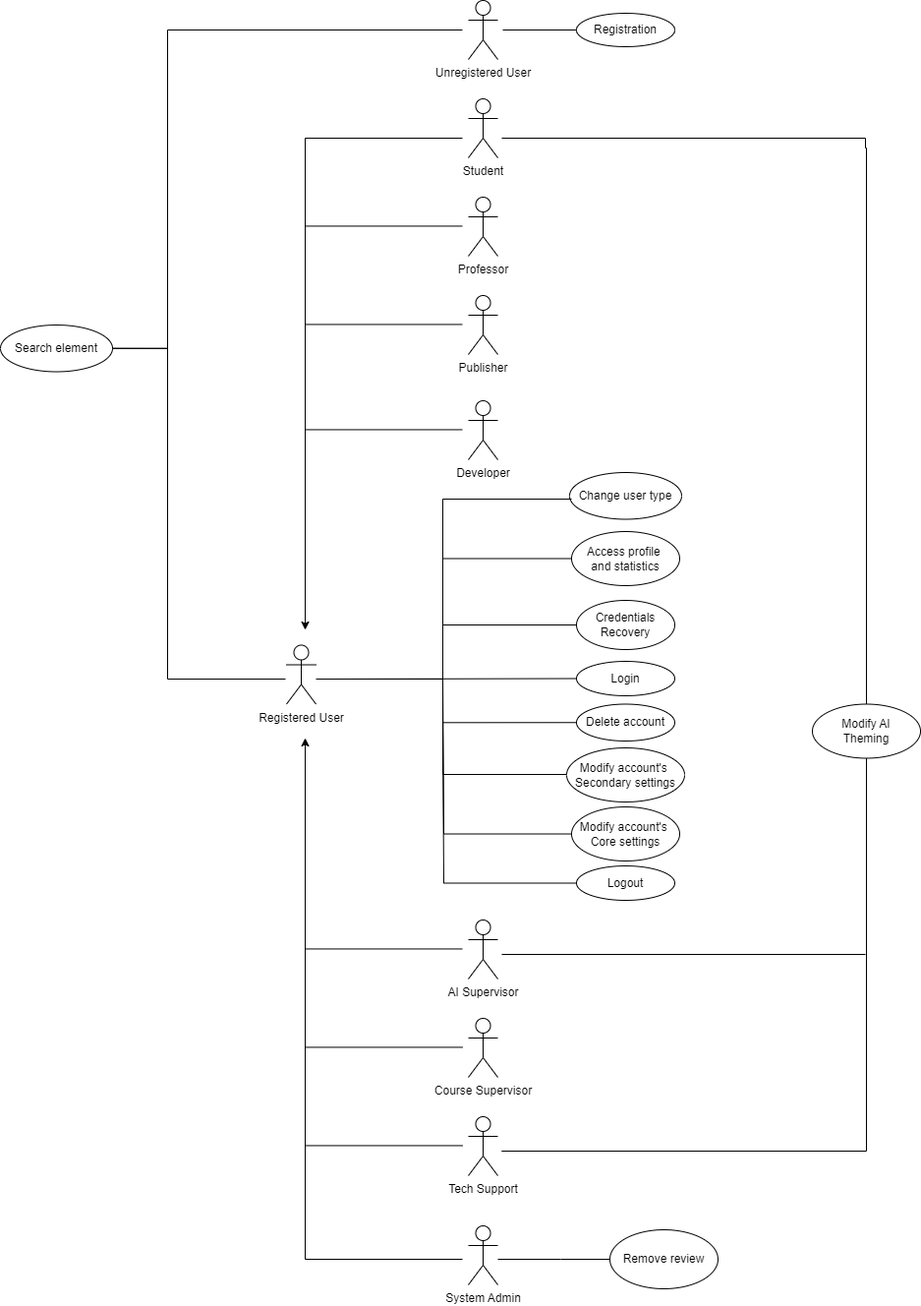
anhtuduong/RadiantIQ-test keeps this draw.io diagram as deliverables/D1/images/UC-account.png. Above is the earlier version. Source tidied: cells renumbered, new cells last; positions are measured from the earlier drawing's top-left corner, leaving out a move shared by most shapes.
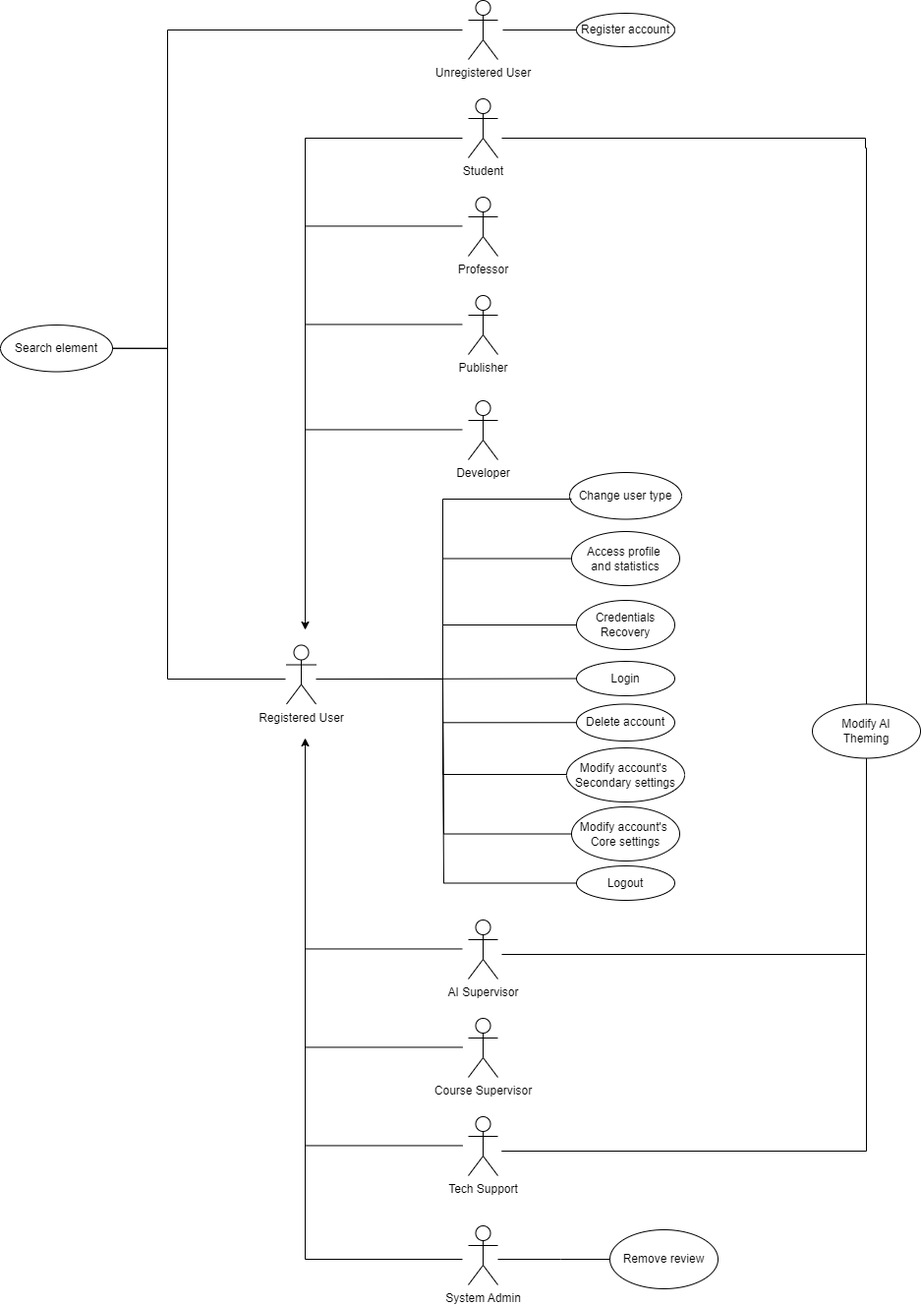
The same diagram one commit later.

Commit message:
fix: registration UC name clarified

What changed in the source:
```diff
@@ -48,7 +48,7 @@
     <mxCell id="14" value="Credentials&lt;div&gt;Recovery&lt;/div&gt;" style="ellipse;whiteSpace=wrap;html=1;" parent="1" vertex="1">
       <mxGeometry x="586" y="610" width="100" height="50" as="geometry" />
     </mxCell>
-    <mxCell id="15" value="Registration" style="ellipse;whiteSpace=wrap;html=1;" parent="1" vertex="1">
+    <mxCell id="15" value="Register account" style="ellipse;whiteSpace=wrap;html=1;" parent="1" vertex="1">
       <mxGeometry x="586" y="13" width="100" height="34" as="geometry" />
     </mxCell>
     <mxCell id="16" style="endArrow=none;html=1;rounded=0;entryX=0;entryY=0.5;entryDx=0;entryDy=0;" parent="1" edge="1" target="15">
```
